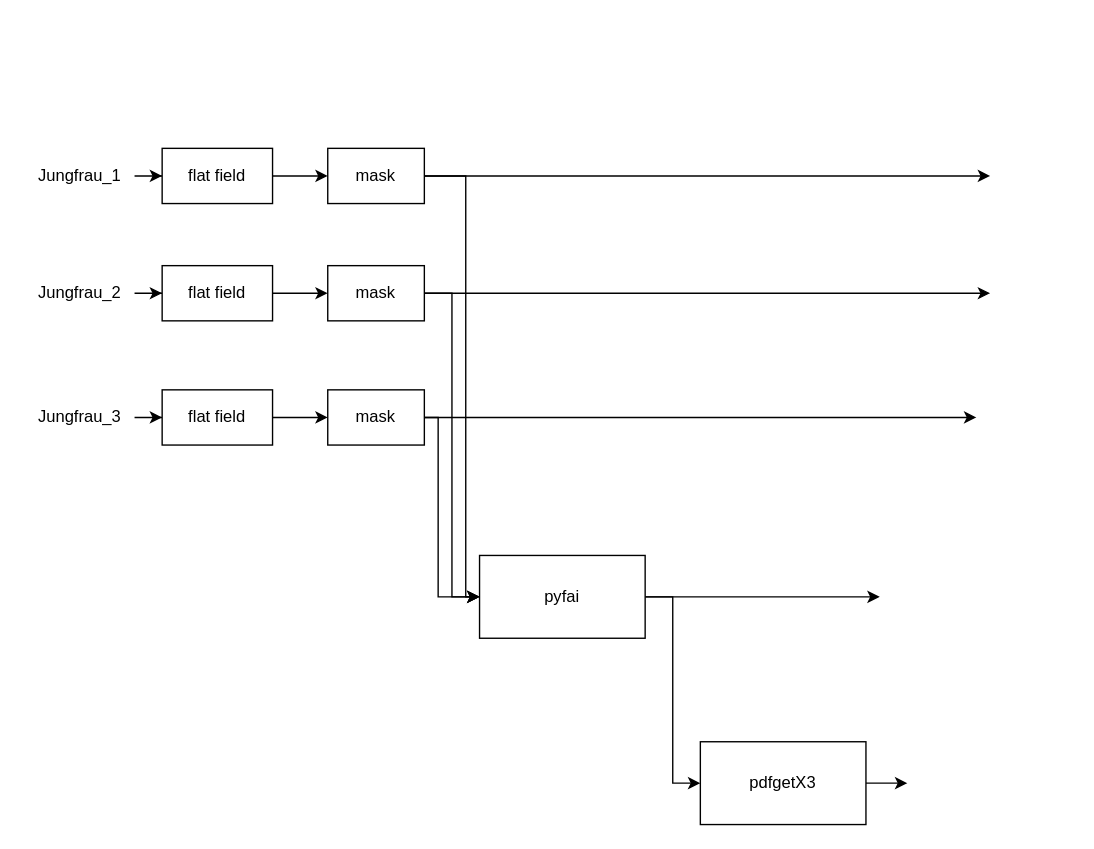
Before: substrate.drawio in keeble/hed-context-files, a draw.io diagram. Source tidied: cells renumbered, new cells numbered last; positions are measured from the earlier drawing's top-left corner, leaving out a move shared by most shapes. Both pictures are drawn from the tidied source at 138%, with x=0, y=0 at pixel (23, 148).
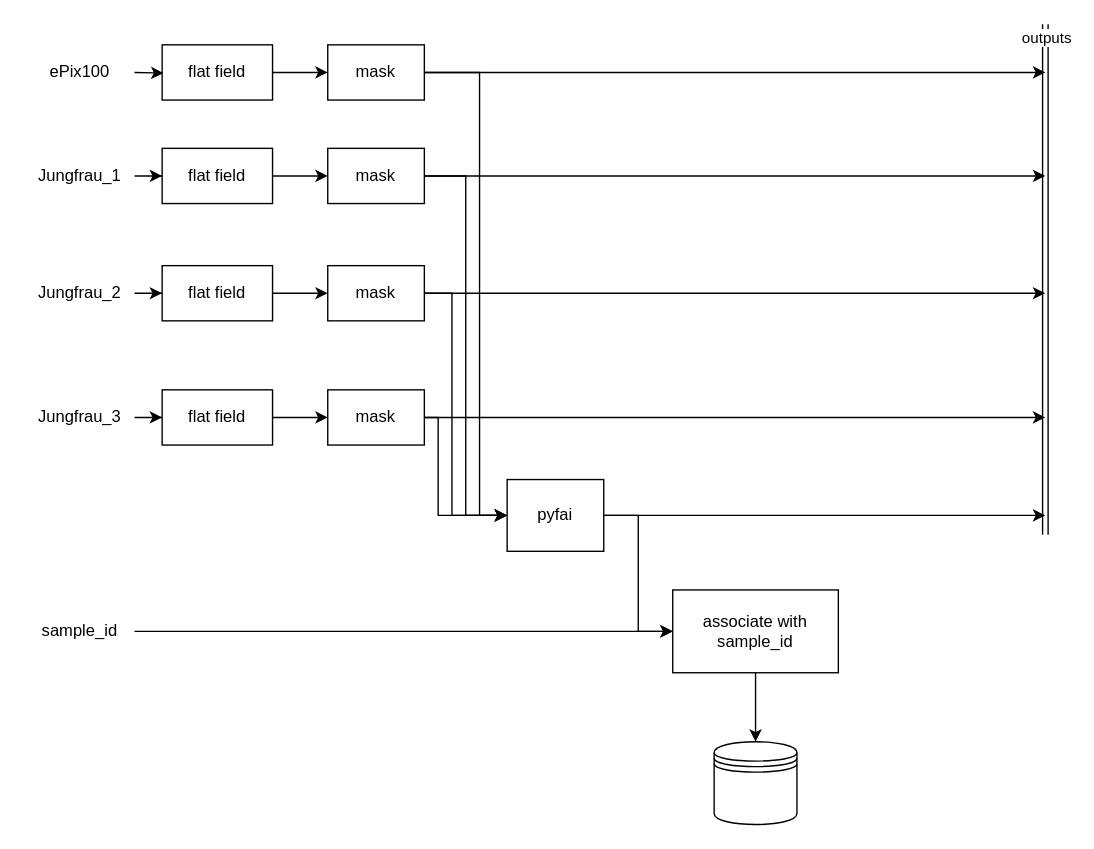
The same diagram, later.

Unchanged cells that the change refers to:
```xml
<mxCell id="16" value="mask" style="rounded=0;whiteSpace=wrap;html=1;" parent="1" vertex="1">
  <mxGeometry x="220" width="70" height="40" as="geometry" />
</mxCell>
<mxCell id="19" value="mask" style="rounded=0;whiteSpace=wrap;html=1;" parent="1" vertex="1">
  <mxGeometry x="220" y="85" width="70" height="40" as="geometry" />
</mxCell>
<mxCell id="22" value="mask" style="rounded=0;whiteSpace=wrap;html=1;" parent="1" vertex="1">
  <mxGeometry x="220" y="175" width="70" height="40" as="geometry" />
</mxCell>
```

The edit, as a diff of the source:
```diff
@@
     <mxCell id="14" style="edgeStyle=orthogonalEdgeStyle;rounded=0;jettySize=auto;html=1;entryX=0;entryY=0.5;entryDx=0;entryDy=0;" parent="1" edge="1" source="16" target="25">
       <mxGeometry relative="1" as="geometry">
         <Array as="points">
           <mxPoint x="320" y="20" />
-          <mxPoint x="320" y="325" />
+          <mxPoint x="320" y="266" />
         </Array>
       </mxGeometry>
     </mxCell>
     <mxCell id="15" style="edgeStyle=orthogonalEdgeStyle;rounded=0;jettySize=auto;html=1;" parent="1" edge="1" source="16">
       <mxGeometry relative="1" as="geometry">
-        <mxPoint x="700" y="20" as="targetPoint" />
+        <mxPoint x="740" y="20" as="targetPoint" />
       </mxGeometry>
     </mxCell>
@@
     <mxCell id="17" style="edgeStyle=orthogonalEdgeStyle;rounded=0;jettySize=auto;html=1;entryX=0;entryY=0.5;entryDx=0;entryDy=0;" parent="1" edge="1" source="19" target="25">
-      <mxGeometry relative="1" as="geometry" />
+      <mxGeometry relative="1" as="geometry">
+        <Array as="points">
+          <mxPoint x="310" y="105" />
+          <mxPoint x="310" y="266" />
+        </Array>
+      </mxGeometry>
     </mxCell>
     <mxCell id="18" style="edgeStyle=orthogonalEdgeStyle;rounded=0;jettySize=auto;html=1;" parent="1" edge="1" source="19">
       <mxGeometry relative="1" as="geometry">
-        <mxPoint x="700" y="105" as="targetPoint" />
+        <mxPoint x="740" y="105" as="targetPoint" />
       </mxGeometry>
     </mxCell>
@@
     <mxCell id="20" style="edgeStyle=orthogonalEdgeStyle;rounded=0;jettySize=auto;html=1;entryX=0;entryY=0.5;entryDx=0;entryDy=0;" parent="1" edge="1" source="22" target="25">
       <mxGeometry relative="1" as="geometry">
         <Array as="points">
           <mxPoint x="300" y="195" />
-          <mxPoint x="300" y="325" />
+          <mxPoint x="300" y="266" />
         </Array>
       </mxGeometry>
     </mxCell>
     <mxCell id="21" style="edgeStyle=orthogonalEdgeStyle;rounded=0;jettySize=auto;html=1;" parent="1" edge="1" source="22">
       <mxGeometry relative="1" as="geometry">
-        <mxPoint x="690" y="195" as="targetPoint" />
+        <mxPoint x="740" y="195" as="targetPoint" />
       </mxGeometry>
     </mxCell>
@@
-    <mxCell id="23" style="edgeStyle=orthogonalEdgeStyle;rounded=0;jettySize=auto;html=1;entryX=0;entryY=0.5;entryDx=0;entryDy=0;" parent="1" edge="1" source="25" target="27">
-      <mxGeometry relative="1" as="geometry" />
-    </mxCell>
     <mxCell id="24" style="edgeStyle=orthogonalEdgeStyle;rounded=0;jettySize=auto;html=1;" parent="1" edge="1" source="25">
       <mxGeometry relative="1" as="geometry">
-        <mxPoint x="620" y="325" as="targetPoint" />
+        <mxPoint x="740" y="266" as="targetPoint" />
       </mxGeometry>
     </mxCell>
+    <mxCell id="28" style="edgeStyle=orthogonalEdgeStyle;rounded=0;jettySize=auto;html=1;entryX=0;entryY=0.5;entryDx=0;entryDy=0;" parent="1" edge="1" source="25" target="39">
+      <mxGeometry relative="1" as="geometry" />
+    </mxCell>
     <mxCell id="25" value="pyfai" style="rounded=0;whiteSpace=wrap;html=1;" parent="1" vertex="1">
-      <mxGeometry x="330" y="295" width="120" height="60" as="geometry" />
+      <mxGeometry x="350" y="240" width="70" height="52" as="geometry" />
     </mxCell>
-    <mxCell id="26" style="edgeStyle=orthogonalEdgeStyle;rounded=0;jettySize=auto;html=1;" parent="1" edge="1" source="27">
-      <mxGeometry relative="1" as="geometry">
-        <mxPoint x="640" y="460" as="targetPoint" />
-      </mxGeometry>
-    </mxCell>
-    <mxCell id="27" value="pdfgetX3" style="rounded=0;whiteSpace=wrap;html=1;" parent="1" vertex="1">
-      <mxGeometry x="490" y="430" width="120" height="60" as="geometry" />
-    </mxCell>
+    <mxCell id="29" style="shape=link;html=1;rounded=0;" parent="1" edge="1">
+      <mxGeometry relative="1" as="geometry">
+        <mxPoint x="740" y="280" as="sourcePoint" />
+        <mxPoint x="740" y="-90" as="targetPoint" />
+      </mxGeometry>
+    </mxCell>
+    <mxCell id="30" value="outputs" style="edgeLabel;html=1;align=center;verticalAlign=middle;" parent="29" vertex="1">
+      <mxGeometry x="0.95" y="-3" relative="1" as="geometry">
+        <mxPoint x="-3" as="offset" />
+      </mxGeometry>
+    </mxCell>
+    <mxCell id="31" value="ePix100" style="text;html=1;align=center;verticalAlign=middle;strokeColor=none;fillColor=none;" parent="1" vertex="1">
+      <mxGeometry x="5" y="-70" width="70" height="30" as="geometry" />
+    </mxCell>
+    <mxCell id="32" style="edgeStyle=orthogonalEdgeStyle;rounded=0;jettySize=auto;html=1;" parent="1" edge="1" target="34">
+      <mxGeometry relative="1" as="geometry">
+        <mxPoint x="80" y="-55" as="sourcePoint" />
+      </mxGeometry>
+    </mxCell>
+    <mxCell id="33" style="edgeStyle=orthogonalEdgeStyle;rounded=0;jettySize=auto;html=1;" parent="1" edge="1" source="34" target="37">
+      <mxGeometry relative="1" as="geometry" />
+    </mxCell>
+    <mxCell id="34" value="flat field" style="rounded=0;whiteSpace=wrap;html=1;" parent="1" vertex="1">
+      <mxGeometry x="100" y="-75" width="80" height="40" as="geometry" />
+    </mxCell>
+    <mxCell id="35" style="edgeStyle=orthogonalEdgeStyle;rounded=0;jettySize=auto;html=1;entryX=0;entryY=0.5;entryDx=0;entryDy=0;" parent="1" edge="1" source="37" target="25">
+      <mxGeometry relative="1" as="geometry">
+        <Array as="points">
+          <mxPoint x="330" y="-55" />
+          <mxPoint x="330" y="266" />
+        </Array>
+      </mxGeometry>
+    </mxCell>
+    <mxCell id="36" style="edgeStyle=orthogonalEdgeStyle;rounded=0;jettySize=auto;html=1;" parent="1" edge="1" source="37">
+      <mxGeometry relative="1" as="geometry">
+        <mxPoint x="740" y="-55" as="targetPoint" />
+      </mxGeometry>
+    </mxCell>
+    <mxCell id="37" value="mask" style="rounded=0;whiteSpace=wrap;html=1;" parent="1" vertex="1">
+      <mxGeometry x="220" y="-75" width="70" height="40" as="geometry" />
+    </mxCell>
+    <mxCell id="38" style="edgeStyle=orthogonalEdgeStyle;rounded=0;jettySize=auto;html=1;exitX=0.5;exitY=1;exitDx=0;exitDy=0;entryX=0.5;entryY=0;entryDx=0;entryDy=0;" parent="1" edge="1" source="39" target="42">
+      <mxGeometry relative="1" as="geometry" />
+    </mxCell>
+    <mxCell id="39" value="associate with sample_id" style="rounded=0;whiteSpace=wrap;html=1;" parent="1" vertex="1">
+      <mxGeometry x="470" y="320" width="120" height="60" as="geometry" />
+    </mxCell>
+    <mxCell id="40" style="edgeStyle=orthogonalEdgeStyle;rounded=0;jettySize=auto;html=1;entryX=0;entryY=0.5;entryDx=0;entryDy=0;" parent="1" edge="1" source="41" target="39">
+      <mxGeometry relative="1" as="geometry" />
+    </mxCell>
+    <mxCell id="41" value="sample_id" style="text;html=1;align=center;verticalAlign=middle;points=[];strokeColor=none;fillColor=none;" parent="1" vertex="1">
+      <mxGeometry y="335" width="80" height="30" as="geometry" />
+    </mxCell>
+    <mxCell id="42" style="shape=datastore;whiteSpace=wrap;html=1;" parent="1" vertex="1">
+      <mxGeometry x="500" y="430" width="60" height="60" as="geometry" />
+    </mxCell>
```
